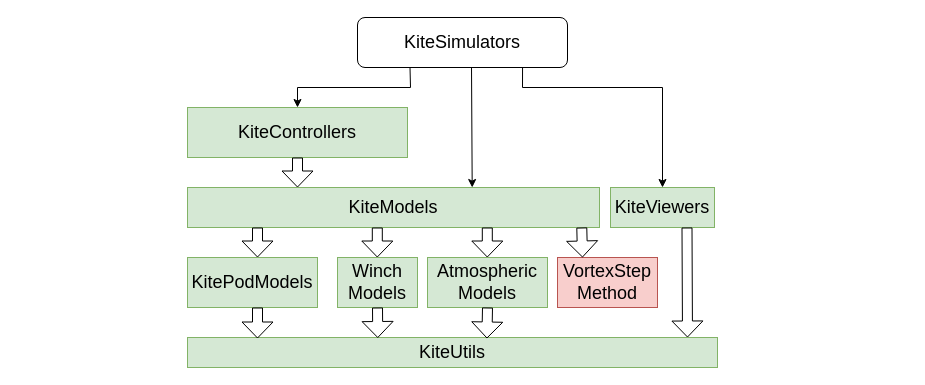
Earlier version of the draw.io diagram page "Page-1" (1 of 2) of previews/PR312/kite_power_tools.drawio (OpenSourceAWE/KiteModels.jl). Source tidied: cells renumbered, new cells numbered last; positions are measured from the earlier drawing's top-left corner, leaving out a move shared by most shapes. Both pictures are drawn from the tidied source at 100%, with x=0, y=0 at pixel (187, 17).
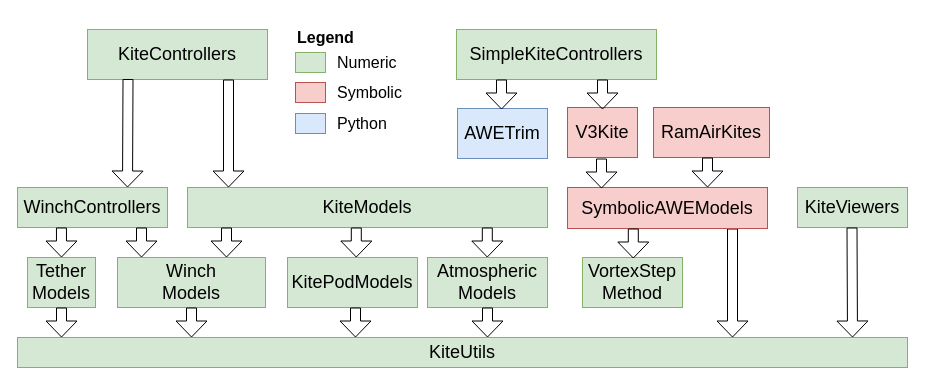
The same page after the edit.

The change refers to these unchanged cells:
```xml
<mxCell id="8" value="Atmospheric&lt;br style=&quot;font-size: 18px;&quot;&gt;Models" style="rounded=0;whiteSpace=wrap;html=1;fontSize=18;fillColor=#d5e8d4;strokeColor=#82b366;" parent="1" vertex="1">
  <mxGeometry x="240" y="240" width="120" height="50" as="geometry" />
</mxCell>
```

What changed in the source:
```diff
@@
-    <mxCell id="2" value="KiteSimulators" style="rounded=1;whiteSpace=wrap;html=1;fontSize=18;" parent="1" vertex="1">
-      <mxGeometry x="170" width="210" height="50" as="geometry" />
-    </mxCell>
     <mxCell id="3" value="KiteControllers" style="rounded=0;whiteSpace=wrap;html=1;fontSize=18;fillColor=#d5e8d4;strokeColor=#82b366;" parent="1" vertex="1">
-      <mxGeometry y="90" width="220" height="50" as="geometry" />
+      <mxGeometry x="-100" y="12" width="180" height="50" as="geometry" />
     </mxCell>
     <mxCell id="4" value="KiteModels" style="rounded=0;whiteSpace=wrap;html=1;fontSize=18;fillColor=#d5e8d4;strokeColor=#82b366;" parent="1" vertex="1">
-      <mxGeometry y="170" width="412" height="40" as="geometry" />
+      <mxGeometry y="170" width="360" height="40" as="geometry" />
     </mxCell>
     <mxCell id="5" value="&lt;font style=&quot;font-size: 18px;&quot;&gt;KiteViewers&lt;/font&gt;" style="rounded=0;whiteSpace=wrap;html=1;fillColor=#d5e8d4;strokeColor=#82b366;" parent="1" vertex="1">
-      <mxGeometry x="423" y="170" width="104" height="40" as="geometry" />
+      <mxGeometry x="610" y="170" width="110" height="40" as="geometry" />
     </mxCell>
     <mxCell id="6" value="KitePodModels" style="rounded=0;whiteSpace=wrap;html=1;fontSize=18;fillColor=#d5e8d4;strokeColor=#82b366;" parent="1" vertex="1">
-      <mxGeometry y="240" width="130" height="50" as="geometry" />
+      <mxGeometry x="100" y="240" width="130" height="50" as="geometry" />
     </mxCell>
     <mxCell id="7" value="Winch&lt;br&gt;Models" style="rounded=0;whiteSpace=wrap;html=1;fontSize=18;fillColor=#d5e8d4;strokeColor=#82b366;" parent="1" vertex="1">
-      <mxGeometry x="150" y="240" width="80" height="50" as="geometry" />
+      <mxGeometry x="-70" y="240" width="148" height="50" as="geometry" />
     </mxCell>
@@
     <mxCell id="9" value="KiteUtils" style="rounded=0;whiteSpace=wrap;html=1;fontSize=18;fillColor=#d5e8d4;strokeColor=#82b366;" parent="1" vertex="1">
-      <mxGeometry y="320" width="530" height="30" as="geometry" />
+      <mxGeometry x="-170" y="320" width="890" height="30" as="geometry" />
     </mxCell>
-    <mxCell id="10" value="VortexStep&lt;br&gt;Method" style="rounded=0;whiteSpace=wrap;html=1;fontSize=18;fillColor=#f8cecc;strokeColor=#b85450;" parent="1" vertex="1">
-      <mxGeometry x="370" y="240" width="100" height="50" as="geometry" />
+    <mxCell id="10" value="VortexStep&lt;br&gt;Method" style="rounded=0;whiteSpace=wrap;html=1;fontSize=18;fillColor=#d5e8d4;strokeColor=#82b366;" parent="1" vertex="1">
+      <mxGeometry x="395" y="240" width="100" height="50" as="geometry" />
     </mxCell>
-    <mxCell id="11" style="shape=flexArrow;endArrow=classic;html=1;rounded=0;exitX=0.75;exitY=1;exitDx=0;exitDy=0;endSize=5;" parent="1" edge="1">
-      <mxGeometry relative="1" as="geometry">
-        <mxPoint x="499.5" y="210" as="sourcePoint" />
-        <mxPoint x="500" y="320" as="targetPoint" />
-      </mxGeometry>
-    </mxCell>
-    <mxCell id="12" style="shape=flexArrow;endArrow=classic;html=1;rounded=0;exitX=0.5;exitY=1;exitDx=0;exitDy=0;entryX=0.565;entryY=0.033;entryDx=0;entryDy=0;entryPerimeter=0;endSize=5;" parent="1" edge="1" source="8" target="9">
-      <mxGeometry relative="1" as="geometry" />
-    </mxCell>
-    <mxCell id="13" style="shape=flexArrow;endArrow=classic;html=1;rounded=0;exitX=0.5;exitY=1;exitDx=0;exitDy=0;entryX=0.359;entryY=0.017;entryDx=0;entryDy=0;entryPerimeter=0;endSize=5;" parent="1" edge="1" source="7" target="9">
-      <mxGeometry relative="1" as="geometry" />
-    </mxCell>
-    <mxCell id="14" style="shape=flexArrow;endArrow=classic;html=1;rounded=0;entryX=0.25;entryY=0;entryDx=0;entryDy=0;exitX=0.957;exitY=1;exitDx=0;exitDy=0;exitPerimeter=0;endSize=5;" parent="1" edge="1" source="4" target="10">
-      <mxGeometry relative="1" as="geometry" />
-    </mxCell>
-    <mxCell id="15" style="endArrow=classic;html=1;rounded=0;exitX=0.786;exitY=1;exitDx=0;exitDy=0;exitPerimeter=0;entryX=0.5;entryY=0;entryDx=0;entryDy=0;" parent="1" edge="1" source="2" target="5">
-      <mxGeometry relative="1" as="geometry">
-        <Array as="points">
-          <mxPoint x="335" y="70" />
-          <mxPoint x="475" y="70" />
-        </Array>
-      </mxGeometry>
-    </mxCell>
-    <mxCell id="16" style="endArrow=classic;html=1;rounded=0;exitX=0.543;exitY=1.01;exitDx=0;exitDy=0;exitPerimeter=0;entryX=0.691;entryY=0;entryDx=0;entryDy=0;entryPerimeter=0;" parent="1" edge="1" source="2" target="4">
-      <mxGeometry relative="1" as="geometry" />
-    </mxCell>
-    <mxCell id="17" style="endArrow=classic;html=1;rounded=0;entryX=0.5;entryY=0;entryDx=0;entryDy=0;exitX=0.25;exitY=1;exitDx=0;exitDy=0;" parent="1" edge="1" source="2" target="3">
-      <mxGeometry relative="1" as="geometry">
-        <Array as="points">
-          <mxPoint x="223" y="70" />
-          <mxPoint x="110" y="70" />
-        </Array>
-      </mxGeometry>
-    </mxCell>
-    <mxCell id="18" style="shape=flexArrow;endArrow=classic;html=1;rounded=0;exitX=0.5;exitY=1;exitDx=0;exitDy=0;endSize=5;" parent="1" edge="1" source="3">
-      <mxGeometry relative="1" as="geometry">
-        <mxPoint x="110" y="170" as="targetPoint" />
-      </mxGeometry>
-    </mxCell>
-    <mxCell id="19" style="shape=flexArrow;endArrow=classic;html=1;rounded=0;exitX=0.5;exitY=1;exitDx=0;exitDy=0;endSize=5;" parent="1" edge="1">
-      <mxGeometry relative="1" as="geometry">
-        <mxPoint x="70" y="210" as="sourcePoint" />
-        <mxPoint x="70" y="240" as="targetPoint" />
-      </mxGeometry>
-    </mxCell>
-    <mxCell id="20" style="shape=flexArrow;endArrow=classic;html=1;rounded=0;exitX=0.5;exitY=1;exitDx=0;exitDy=0;endSize=5;" parent="1" edge="1">
-      <mxGeometry relative="1" as="geometry">
-        <mxPoint x="189.8" y="210" as="sourcePoint" />
-        <mxPoint x="189.8" y="240" as="targetPoint" />
-      </mxGeometry>
-    </mxCell>
-    <mxCell id="21" style="shape=flexArrow;endArrow=classic;html=1;rounded=0;exitX=0.5;exitY=1;exitDx=0;exitDy=0;endSize=5;" parent="1" edge="1">
-      <mxGeometry relative="1" as="geometry">
-        <mxPoint x="299.8" y="210" as="sourcePoint" />
-        <mxPoint x="299.8" y="240" as="targetPoint" />
-      </mxGeometry>
-    </mxCell>
-    <mxCell id="22" style="shape=flexArrow;endArrow=classic;html=1;rounded=0;exitX=0.5;exitY=1;exitDx=0;exitDy=0;entryX=0.359;entryY=0.017;entryDx=0;entryDy=0;entryPerimeter=0;endSize=5;" parent="1" edge="1">
-      <mxGeometry relative="1" as="geometry">
-        <mxPoint x="70" y="290" as="sourcePoint" />
-        <mxPoint x="70" y="321" as="targetPoint" />
-      </mxGeometry>
-    </mxCell>
+    <mxCell id="23" style="shape=flexArrow;endArrow=classic;html=1;rounded=0;exitX=0.75;exitY=1;exitDx=0;exitDy=0;endSize=5;" parent="1" edge="1">
+      <mxGeometry relative="1" as="geometry">
+        <mxPoint x="664.5" y="210" as="sourcePoint" />
+        <mxPoint x="665" y="320" as="targetPoint" />
+      </mxGeometry>
+    </mxCell>
+    <mxCell id="24" style="shape=flexArrow;endArrow=classic;html=1;rounded=0;exitX=0.75;exitY=1;exitDx=0;exitDy=0;endSize=5;" parent="1" edge="1">
+      <mxGeometry relative="1" as="geometry">
+        <mxPoint x="545" y="211" as="sourcePoint" />
+        <mxPoint x="545" y="320" as="targetPoint" />
+      </mxGeometry>
+    </mxCell>
+    <mxCell id="25" style="shape=flexArrow;endArrow=classic;html=1;rounded=0;exitX=0.5;exitY=1;exitDx=0;exitDy=0;endSize=5;" parent="1" edge="1" source="8">
+      <mxGeometry relative="1" as="geometry">
+        <mxPoint x="300" y="320" as="targetPoint" />
+      </mxGeometry>
+    </mxCell>
+    <mxCell id="26" style="shape=flexArrow;endArrow=classic;html=1;rounded=0;exitX=0.5;exitY=1;exitDx=0;exitDy=0;endSize=5;" parent="1" edge="1" source="7">
+      <mxGeometry relative="1" as="geometry">
+        <mxPoint x="4" y="320" as="targetPoint" />
+      </mxGeometry>
+    </mxCell>
+    <mxCell id="27" style="shape=flexArrow;endArrow=classic;html=1;rounded=0;exitX=0.5;exitY=1;exitDx=0;exitDy=0;endSize=5;" parent="1" edge="1">
+      <mxGeometry relative="1" as="geometry">
+        <mxPoint x="39" y="210" as="sourcePoint" />
+        <mxPoint x="39" y="240" as="targetPoint" />
+      </mxGeometry>
+    </mxCell>
+    <mxCell id="28" style="shape=flexArrow;endArrow=classic;html=1;rounded=0;exitX=0.5;exitY=1;exitDx=0;exitDy=0;endSize=5;" parent="1" edge="1">
+      <mxGeometry relative="1" as="geometry">
+        <mxPoint x="168.8" y="210" as="sourcePoint" />
+        <mxPoint x="168.8" y="240" as="targetPoint" />
+      </mxGeometry>
+    </mxCell>
+    <mxCell id="29" style="shape=flexArrow;endArrow=classic;html=1;rounded=0;exitX=0.5;exitY=1;exitDx=0;exitDy=0;endSize=5;" parent="1" edge="1">
+      <mxGeometry relative="1" as="geometry">
+        <mxPoint x="299.8" y="210" as="sourcePoint" />
+        <mxPoint x="299.8" y="240" as="targetPoint" />
+      </mxGeometry>
+    </mxCell>
+    <mxCell id="30" style="shape=flexArrow;endArrow=classic;html=1;rounded=0;exitX=0.5;exitY=1;exitDx=0;exitDy=0;endSize=5;" parent="1" edge="1">
+      <mxGeometry relative="1" as="geometry">
+        <mxPoint x="168" y="290" as="sourcePoint" />
+        <mxPoint x="168" y="320" as="targetPoint" />
+      </mxGeometry>
+    </mxCell>
+    <mxCell id="31" value="WinchControllers" style="rounded=0;whiteSpace=wrap;html=1;fontSize=18;fillColor=#d5e8d4;strokeColor=#82b366;" parent="1" vertex="1">
+      <mxGeometry x="-170" y="170" width="150" height="40" as="geometry" />
+    </mxCell>
+    <mxCell id="32" style="shape=flexArrow;endArrow=classic;html=1;rounded=0;endSize=5;entryX=0.099;entryY=-0.008;entryDx=0;entryDy=0;entryPerimeter=0;exitX=0.225;exitY=0.99;exitDx=0;exitDy=0;exitPerimeter=0;" parent="1" edge="1" source="3">
+      <mxGeometry relative="1" as="geometry">
+        <mxPoint x="-60" y="170" as="targetPoint" />
+      </mxGeometry>
+    </mxCell>
+    <mxCell id="33" style="shape=flexArrow;endArrow=classic;html=1;rounded=0;exitX=0.293;exitY=1;exitDx=0;exitDy=0;endSize=5;exitPerimeter=0;entryX=0.5;entryY=0;entryDx=0;entryDy=0;entryPerimeter=0;" parent="1" edge="1" source="31" target="36">
+      <mxGeometry relative="1" as="geometry" />
+    </mxCell>
+    <mxCell id="34" value="SimpleKiteControllers" style="rounded=0;whiteSpace=wrap;html=1;fontSize=18;fillColor=#d5e8d4;strokeColor=#82b366;" parent="1" vertex="1">
+      <mxGeometry x="269" y="12" width="200" height="50" as="geometry" />
+    </mxCell>
+    <mxCell id="35" style="shape=flexArrow;endArrow=classic;html=1;rounded=0;exitX=0.5;exitY=1;exitDx=0;exitDy=0;endSize=5;" parent="1" edge="1">
+      <mxGeometry relative="1" as="geometry">
+        <mxPoint x="-46" y="210" as="sourcePoint" />
+        <mxPoint x="-46" y="240" as="targetPoint" />
+      </mxGeometry>
+    </mxCell>
+    <mxCell id="36" value="Tether&lt;br&gt;Models" style="rounded=0;whiteSpace=wrap;html=1;fontSize=18;fillColor=#d5e8d4;strokeColor=#82b366;" parent="1" vertex="1">
+      <mxGeometry x="-160" y="240" width="68" height="50" as="geometry" />
+    </mxCell>
+    <mxCell id="37" value="SymbolicAWEModels" style="rounded=0;whiteSpace=wrap;html=1;fontSize=18;fillColor=#f8cecc;strokeColor=#b85450;" parent="1" vertex="1">
+      <mxGeometry x="380" y="170" width="200" height="41" as="geometry" />
+    </mxCell>
+    <mxCell id="38" style="shape=flexArrow;endArrow=classic;html=1;rounded=0;exitX=0.5;exitY=1;exitDx=0;exitDy=0;endSize=5;" parent="1" edge="1">
+      <mxGeometry relative="1" as="geometry">
+        <mxPoint x="-126" y="290" as="sourcePoint" />
+        <mxPoint x="-126" y="320" as="targetPoint" />
+      </mxGeometry>
+    </mxCell>
+    <mxCell id="39" style="shape=flexArrow;endArrow=classic;html=1;rounded=0;exitX=0.5;exitY=1;exitDx=0;exitDy=0;endSize=5;" parent="1" edge="1">
+      <mxGeometry relative="1" as="geometry">
+        <mxPoint x="445.8" y="211" as="sourcePoint" />
+        <mxPoint x="445.8" y="241" as="targetPoint" />
+      </mxGeometry>
+    </mxCell>
+    <mxCell id="40" value="V3Kite" style="rounded=0;whiteSpace=wrap;html=1;fontSize=18;fillColor=#f8cecc;strokeColor=#b85450;" parent="1" vertex="1">
+      <mxGeometry x="380" y="90" width="70" height="50" as="geometry" />
+    </mxCell>
+    <mxCell id="41" value="RamAirKites" style="rounded=0;whiteSpace=wrap;html=1;fontSize=18;fillColor=#f8cecc;strokeColor=#b85450;" parent="1" vertex="1">
+      <mxGeometry x="466" y="90" width="116" height="50" as="geometry" />
+    </mxCell>
+    <mxCell id="42" style="shape=flexArrow;endArrow=classic;html=1;rounded=0;exitX=0.5;exitY=1;exitDx=0;exitDy=0;endSize=5;" parent="1" edge="1">
+      <mxGeometry relative="1" as="geometry">
+        <mxPoint x="520" y="140" as="sourcePoint" />
+        <mxPoint x="520" y="170" as="targetPoint" />
+      </mxGeometry>
+    </mxCell>
+    <mxCell id="43" style="shape=flexArrow;endArrow=classic;html=1;rounded=0;exitX=0.5;exitY=1;exitDx=0;exitDy=0;endSize=5;" parent="1" edge="1">
+      <mxGeometry relative="1" as="geometry">
+        <mxPoint x="414" y="141" as="sourcePoint" />
+        <mxPoint x="414" y="171" as="targetPoint" />
+      </mxGeometry>
+    </mxCell>
+    <mxCell id="44" style="shape=flexArrow;endArrow=classic;html=1;rounded=0;endSize=5;entryX=0.099;entryY=-0.008;entryDx=0;entryDy=0;entryPerimeter=0;exitX=0.225;exitY=0.99;exitDx=0;exitDy=0;exitPerimeter=0;" parent="1" edge="1">
+      <mxGeometry relative="1" as="geometry">
+        <mxPoint x="41" y="62" as="sourcePoint" />
+        <mxPoint x="41" y="170" as="targetPoint" />
+      </mxGeometry>
+    </mxCell>
+    <mxCell id="45" style="shape=flexArrow;endArrow=classic;html=1;rounded=0;exitX=0.5;exitY=1;exitDx=0;exitDy=0;endSize=5;" parent="1" edge="1">
+      <mxGeometry relative="1" as="geometry">
+        <mxPoint x="415" y="62" as="sourcePoint" />
+        <mxPoint x="415" y="92" as="targetPoint" />
+      </mxGeometry>
+    </mxCell>
+    <mxCell id="46" value="AWETrim" style="rounded=0;whiteSpace=wrap;html=1;fontSize=18;fillColor=#dae8fc;strokeColor=#6c8ebf;" parent="1" vertex="1">
+      <mxGeometry x="270" y="91" width="90" height="50" as="geometry" />
+    </mxCell>
+    <mxCell id="47" style="shape=flexArrow;endArrow=classic;html=1;rounded=0;exitX=0.5;exitY=1;exitDx=0;exitDy=0;endSize=5;" parent="1" edge="1">
+      <mxGeometry relative="1" as="geometry">
+        <mxPoint x="314" y="62" as="sourcePoint" />
+        <mxPoint x="314" y="92" as="targetPoint" />
+      </mxGeometry>
+    </mxCell>
+    <mxCell id="48" value="Legend" style="text;html=1;fontSize=16;fontStyle=1;align=left;verticalAlign=middle;" parent="1" vertex="1">
+      <mxGeometry x="108" y="10" width="100" height="20" as="geometry" />
+    </mxCell>
+    <mxCell id="49" style="rounded=0;whiteSpace=wrap;html=1;fillColor=#d5e8d4;strokeColor=#82b366;" parent="1" vertex="1">
+      <mxGeometry x="108" y="35" width="30" height="20" as="geometry" />
+    </mxCell>
+    <mxCell id="50" value="Numeric" style="text;html=1;fontSize=16;align=left;verticalAlign=middle;" parent="1" vertex="1">
+      <mxGeometry x="148" y="30" width="120" height="30" as="geometry" />
+    </mxCell>
+    <mxCell id="51" style="rounded=0;whiteSpace=wrap;html=1;fillColor=#f8cecc;strokeColor=#b85450;" parent="1" vertex="1">
+      <mxGeometry x="108" y="65" width="30" height="20" as="geometry" />
+    </mxCell>
+    <mxCell id="52" value="Symbolic" style="text;html=1;fontSize=16;align=left;verticalAlign=middle;" parent="1" vertex="1">
+      <mxGeometry x="148" y="60" width="120" height="30" as="geometry" />
+    </mxCell>
+    <mxCell id="53" style="rounded=0;whiteSpace=wrap;html=1;fillColor=#dae8fc;strokeColor=#6c8ebf;" parent="1" vertex="1">
+      <mxGeometry x="108" y="96" width="30" height="20" as="geometry" />
+    </mxCell>
+    <mxCell id="54" value="Python" style="text;html=1;fontSize=16;align=left;verticalAlign=middle;" parent="1" vertex="1">
+      <mxGeometry x="148" y="91" width="120" height="30" as="geometry" />
+    </mxCell>
```
